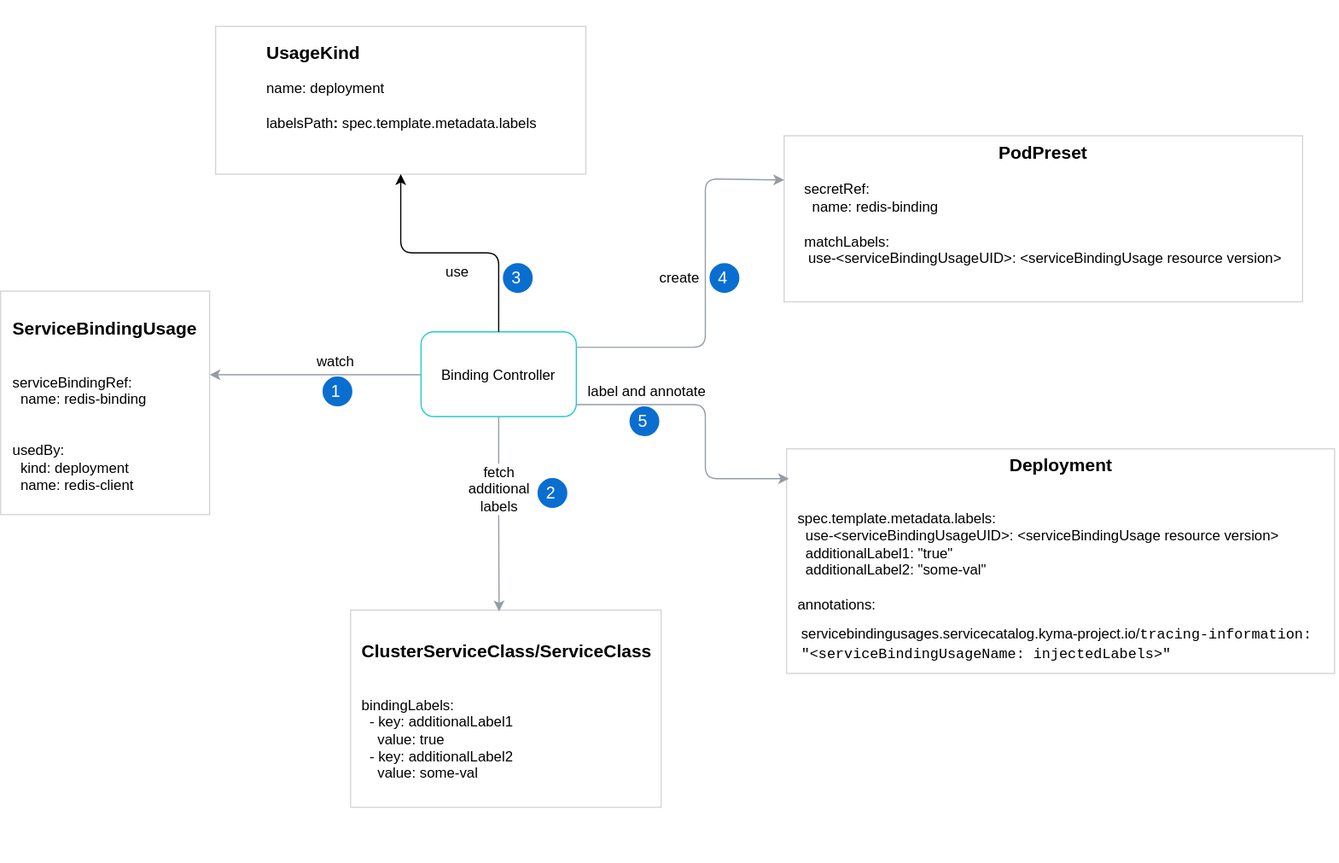
Earlier version of the draw.io export components/service-binding-usage-controller/docs/assets/architecture.svg (kyma-project/kyma). Source tidied: cells renumbered, new cells last; positions are measured from the earlier drawing's top-left corner, leaving out a move shared by most shapes.
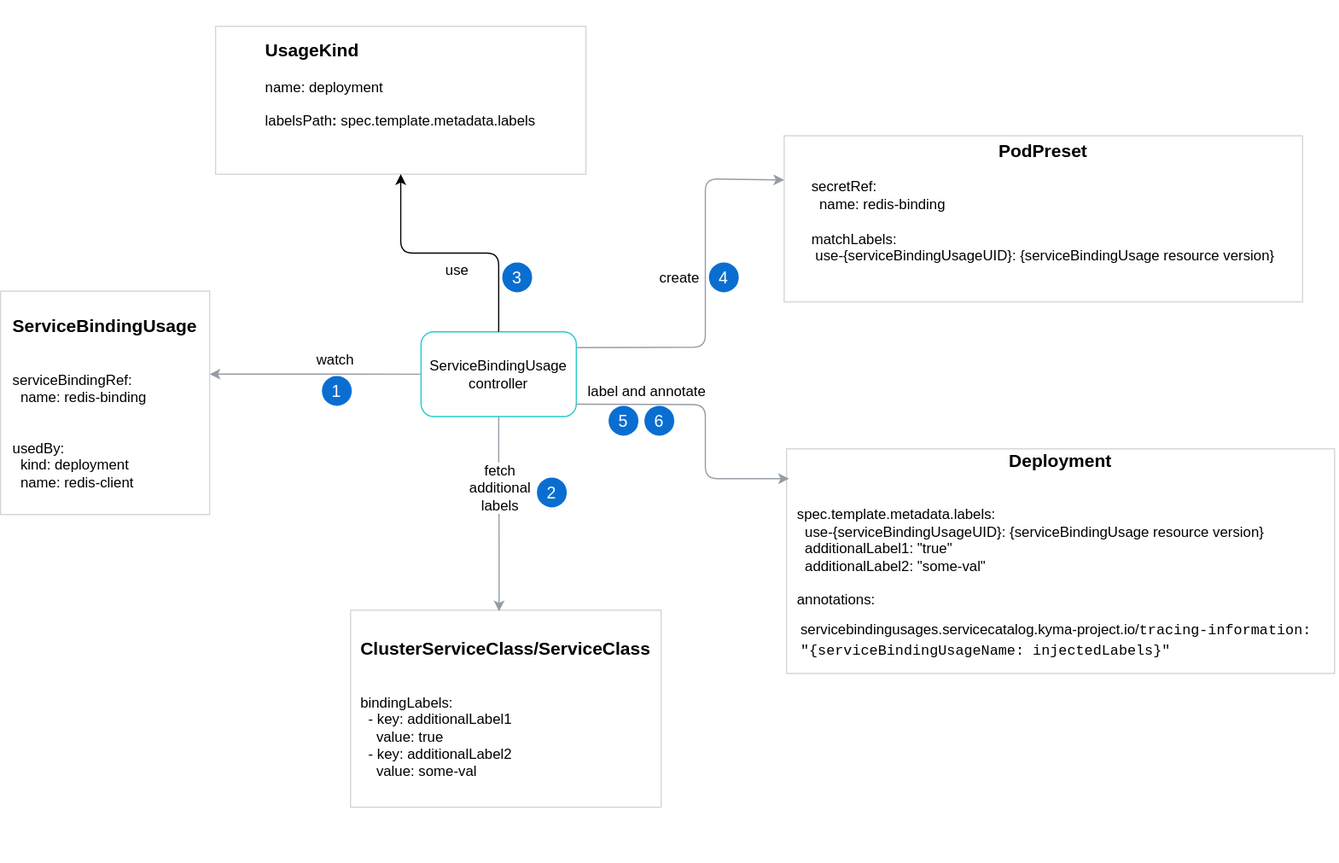
Later version of the same file.

Commit message:
Improve the architecture diagram of ServiceBindingUsage controller

The edit, as a diff of the source:
```diff
@@ -8,13 +8,13 @@
     <mxCell id="3" style="group;" parent="2" vertex="1">
       <mxGeometry y="10" width="462" height="270" as="geometry" />
     </mxCell>
-    <mxCell id="4" value="&lt;div style=&quot;text-align: center&quot;&gt;&lt;span&gt;&lt;b&gt;&lt;font style=&quot;font-size: 15px&quot;&gt;Deployment&lt;/font&gt;&lt;/b&gt;&lt;/span&gt;&lt;span&gt;&lt;br&gt;&lt;/span&gt;&lt;/div&gt;&lt;div style=&quot;text-align: left&quot;&gt;&lt;span&gt;&lt;br&gt;&lt;/span&gt;&lt;/div&gt;&lt;div style=&quot;text-align: left&quot;&gt;&lt;span&gt;&lt;br&gt;&lt;/span&gt;&lt;/div&gt;&lt;div style=&quot;text-align: left&quot;&gt;&lt;span&gt;spec.template.metadata.labels:&lt;/span&gt;&lt;br&gt;&lt;/div&gt;&lt;div style=&quot;text-align: left&quot;&gt;&amp;nbsp;&lt;span&gt;&amp;nbsp;use-&amp;lt;serviceBindingUsageUID&amp;gt;: &amp;lt;serviceBindingUsage resource version&amp;gt;&lt;/span&gt;&lt;/div&gt;&lt;div style=&quot;text-align: left&quot;&gt;&amp;nbsp; additionalLabel1: &quot;true&quot;&lt;/div&gt;&lt;div style=&quot;text-align: left&quot;&gt;&amp;nbsp; additionalLabel2: &quot;some-val&quot;&lt;/div&gt;&lt;div style=&quot;text-align: left&quot;&gt;&lt;br&gt;&lt;/div&gt;&lt;div style=&quot;text-align: left&quot;&gt;annotations:&lt;/div&gt;&lt;div style=&quot;text-align: left&quot;&gt;&lt;table&gt;&lt;tbody&gt;&lt;tr&gt;&lt;td style=&quot;line-height: 40%&quot;&gt;&lt;pre&gt;&lt;font face=&quot;Helvetica&quot; style=&quot;line-height: 40%&quot;&gt;servicebindingusages.servicecatalog.kyma-project.io/&lt;/font&gt;tracing-information: &lt;/pre&gt;&lt;pre&gt;&quot;&amp;lt;serviceBindingUsageName: injectedLabels&amp;gt;&quot;&lt;/pre&gt;&lt;/td&gt;&lt;/tr&gt;&lt;/tbody&gt;&lt;/table&gt;&lt;/div&gt;" style="rounded=0;whiteSpace=wrap;html=1;shadow=0;labelBackgroundColor=none;strokeColor=#D2D5D9;strokeWidth=1;fillColor=#FFFFFF;" parent="3" vertex="1">
+    <mxCell id="4" value="&lt;div style=&quot;text-align: center&quot;&gt;&lt;span&gt;&lt;b&gt;&lt;font style=&quot;font-size: 15px&quot;&gt;Deployment&lt;/font&gt;&lt;/b&gt;&lt;/span&gt;&lt;span&gt;&lt;br&gt;&lt;/span&gt;&lt;/div&gt;&lt;div style=&quot;text-align: left&quot;&gt;&lt;span&gt;&lt;br&gt;&lt;/span&gt;&lt;/div&gt;&lt;div style=&quot;text-align: left&quot;&gt;&lt;span&gt;&lt;br&gt;&lt;/span&gt;&lt;/div&gt;&lt;div style=&quot;text-align: left&quot;&gt;&lt;span&gt;spec.template.metadata.labels:&lt;/span&gt;&lt;br&gt;&lt;/div&gt;&lt;div style=&quot;text-align: left&quot;&gt;&amp;nbsp;&lt;span&gt;&amp;nbsp;use-{serviceBindingUsageUID}: {serviceBindingUsage resource version}&lt;/span&gt;&lt;/div&gt;&lt;div style=&quot;text-align: left&quot;&gt;&amp;nbsp; additionalLabel1: &quot;true&quot;&lt;/div&gt;&lt;div style=&quot;text-align: left&quot;&gt;&amp;nbsp; additionalLabel2: &quot;some-val&quot;&lt;/div&gt;&lt;div style=&quot;text-align: left&quot;&gt;&lt;br&gt;&lt;/div&gt;&lt;div style=&quot;text-align: left&quot;&gt;annotations:&lt;/div&gt;&lt;div style=&quot;text-align: left&quot;&gt;&lt;table&gt;&lt;tbody&gt;&lt;tr&gt;&lt;td style=&quot;line-height: 40%&quot;&gt;&lt;pre&gt;&lt;font face=&quot;Helvetica&quot; style=&quot;line-height: 40%&quot;&gt;servicebindingusages.servicecatalog.kyma-project.io/&lt;/font&gt;tracing-information: &lt;/pre&gt;&lt;pre&gt;&quot;{serviceBindingUsageName: injectedLabels}&quot;&lt;/pre&gt;&lt;/td&gt;&lt;/tr&gt;&lt;/tbody&gt;&lt;/table&gt;&lt;/div&gt;" style="rounded=0;whiteSpace=wrap;html=1;shadow=0;labelBackgroundColor=none;strokeColor=#D2D5D9;strokeWidth=1;fillColor=#FFFFFF;" parent="3" vertex="1">
       <mxGeometry y="52" width="458.8" height="188" as="geometry" />
     </mxCell>
     <mxCell id="5" style="group;" parent="1" vertex="1">
       <mxGeometry x="352" y="272" width="130" height="76" as="geometry" />
     </mxCell>
-    <mxCell id="6" value="&lt;span&gt;Binding Controller&lt;/span&gt;" style="rounded=1;whiteSpace=wrap;html=1;shadow=0;labelBackgroundColor=none;strokeColor=#24CACC;strokeWidth=1;fillColor=none;" parent="5" vertex="1">
+    <mxCell id="6" value="&lt;span&gt;ServiceBindingUsage controller&lt;/span&gt;" style="rounded=1;whiteSpace=wrap;html=1;shadow=0;labelBackgroundColor=none;strokeColor=#24CACC;strokeWidth=1;fillColor=none;" parent="5" vertex="1">
       <mxGeometry y="5.1" width="130" height="70.9" as="geometry" />
     </mxCell>
     <mxCell id="7" style="group;" parent="1" vertex="1">
@@ -23,7 +23,7 @@
     <mxCell id="8" style="group;" parent="7" vertex="1">
       <mxGeometry width="434" height="159" as="geometry" />
     </mxCell>
-    <mxCell id="9" value="&lt;div style=&quot;text-align: center&quot;&gt;&lt;span&gt;&lt;font style=&quot;font-size: 15px&quot;&gt;&lt;b&gt;PodPreset&lt;/b&gt;&lt;/font&gt;&lt;/span&gt;&lt;span&gt;&lt;br&gt;&lt;/span&gt;&lt;/div&gt;&lt;div style=&quot;text-align: left&quot;&gt;&lt;span&gt;&lt;br&gt;&lt;/span&gt;&lt;/div&gt;&lt;div style=&quot;text-align: left&quot;&gt;&lt;span&gt;secretRef:&lt;/span&gt;&lt;/div&gt;&lt;div style=&quot;text-align: left&quot;&gt;&amp;nbsp; name: redis-binding&lt;/div&gt;&lt;div style=&quot;text-align: left&quot;&gt;&lt;b&gt;&lt;br&gt;&lt;/b&gt;&lt;/div&gt;&lt;div style=&quot;text-align: left&quot;&gt;matchLabels:&lt;/div&gt;&lt;div style=&quot;text-align: left&quot;&gt;&amp;nbsp;use-&amp;lt;serviceBindingUsageUID&amp;gt;: &amp;lt;serviceBindingUsage resource version&amp;gt;&lt;/div&gt;&lt;div style=&quot;text-align: left&quot;&gt;&lt;b&gt;&lt;br&gt;&lt;/b&gt;&lt;/div&gt;&lt;div style=&quot;text-align: left&quot;&gt;&lt;b&gt;&lt;br&gt;&lt;/b&gt;&lt;/div&gt;" style="rounded=0;whiteSpace=wrap;html=1;shadow=0;labelBackgroundColor=none;strokeColor=#D2D5D9;strokeWidth=1;fillColor=#FFFFFF;" parent="8" vertex="1">
+    <mxCell id="9" value="&lt;div style=&quot;text-align: center&quot;&gt;&lt;span&gt;&lt;font style=&quot;font-size: 15px&quot;&gt;&lt;b&gt;PodPreset&lt;/b&gt;&lt;/font&gt;&lt;/span&gt;&lt;span&gt;&lt;br&gt;&lt;/span&gt;&lt;/div&gt;&lt;div style=&quot;text-align: left&quot;&gt;&lt;span&gt;&lt;br&gt;&lt;/span&gt;&lt;/div&gt;&lt;div style=&quot;text-align: left&quot;&gt;&lt;span&gt;secretRef:&lt;/span&gt;&lt;/div&gt;&lt;div style=&quot;text-align: left&quot;&gt;&amp;nbsp; name: redis-binding&lt;/div&gt;&lt;div style=&quot;text-align: left&quot;&gt;&lt;b&gt;&lt;br&gt;&lt;/b&gt;&lt;/div&gt;&lt;div style=&quot;text-align: left&quot;&gt;matchLabels:&lt;/div&gt;&lt;div style=&quot;text-align: left&quot;&gt;&amp;nbsp;use-{serviceBindingUsageUID}: {serviceBindingUsage resource version}&lt;/div&gt;&lt;div style=&quot;text-align: left&quot;&gt;&lt;b&gt;&lt;br&gt;&lt;/b&gt;&lt;/div&gt;&lt;div style=&quot;text-align: left&quot;&gt;&lt;b&gt;&lt;br&gt;&lt;/b&gt;&lt;/div&gt;" style="rounded=0;whiteSpace=wrap;html=1;shadow=0;labelBackgroundColor=none;strokeColor=#D2D5D9;strokeWidth=1;fillColor=#FFFFFF;" parent="8" vertex="1">
       <mxGeometry y="20" width="434" height="139" as="geometry" />
     </mxCell>
     <mxCell id="10" style="group;" parent="1" vertex="1">
@@ -90,7 +90,7 @@
       <mxGeometry x="550" y="221.5" width="50" height="20" as="geometry" />
     </mxCell>
     <mxCell id="24" value="&lt;font color=&quot;#ffffff&quot; style=&quot;font-size: 14px&quot;&gt;5&lt;/font&gt;" style="ellipse;whiteSpace=wrap;html=1;strokeColor=#0A6ED1;strokeWidth=2;fillColor=#0A6ED1;" parent="1" vertex="1">
-      <mxGeometry x="527" y="340" width="23" height="23" as="geometry" />
+      <mxGeometry x="510" y="340" width="23" height="23" as="geometry" />
     </mxCell>
     <mxCell id="25" value="&lt;div style=&quot;text-align: left&quot;&gt;&lt;span&gt;&lt;font style=&quot;font-size: 15px&quot;&gt;&lt;b&gt;ServiceBindingUsage&lt;/b&gt;&lt;/font&gt;&lt;/span&gt;&lt;span&gt;&lt;br&gt;&lt;/span&gt;&lt;/div&gt;&lt;div style=&quot;text-align: left&quot;&gt;&lt;span&gt;&lt;br&gt;&lt;/span&gt;&lt;/div&gt;&lt;div style=&quot;text-align: left&quot;&gt;&lt;span&gt;&lt;br&gt;&lt;/span&gt;&lt;/div&gt;&lt;div style=&quot;text-align: left&quot;&gt;&lt;span&gt;serviceBindingRef:&lt;/span&gt;&lt;/div&gt;&lt;div style=&quot;text-align: left&quot;&gt;&amp;nbsp; name: redis-binding&lt;/div&gt;&lt;div style=&quot;text-align: left&quot;&gt;&lt;b&gt;&lt;br&gt;&lt;/b&gt;&lt;/div&gt;&lt;div style=&quot;text-align: left&quot;&gt;&lt;br&gt;&lt;/div&gt;&lt;div style=&quot;text-align: left&quot;&gt;usedBy:&lt;/div&gt;&lt;div style=&quot;text-align: left&quot;&gt;&amp;nbsp; kind: deployment&lt;/div&gt;&lt;div style=&quot;text-align: left&quot;&gt;&amp;nbsp; name: redis-client&lt;/div&gt;" style="rounded=0;whiteSpace=wrap;html=1;shadow=0;labelBackgroundColor=none;strokeColor=#D2D5D9;strokeWidth=1;fillColor=#FFFFFF;" parent="1" vertex="1">
       <mxGeometry y="243" width="175" height="187" as="geometry" />
@@ -112,5 +112,8 @@
     <mxCell id="30" value="&lt;font color=&quot;#ffffff&quot; style=&quot;font-size: 14px&quot;&gt;3&lt;/font&gt;" style="ellipse;whiteSpace=wrap;html=1;strokeColor=#0A6ED1;strokeWidth=2;fillColor=#0A6ED1;" parent="1" vertex="1">
       <mxGeometry x="421" y="220" width="23" height="23" as="geometry" />
     </mxCell>
+    <mxCell id="31" value="&lt;font color=&quot;#ffffff&quot; style=&quot;font-size: 14px&quot;&gt;6&lt;/font&gt;" style="ellipse;whiteSpace=wrap;html=1;strokeColor=#0A6ED1;strokeWidth=2;fillColor=#0A6ED1;" parent="1" vertex="1">
+      <mxGeometry x="540" y="340" width="23" height="23" as="geometry" />
+    </mxCell>
   </root>
 </mxGraphModel>
```
